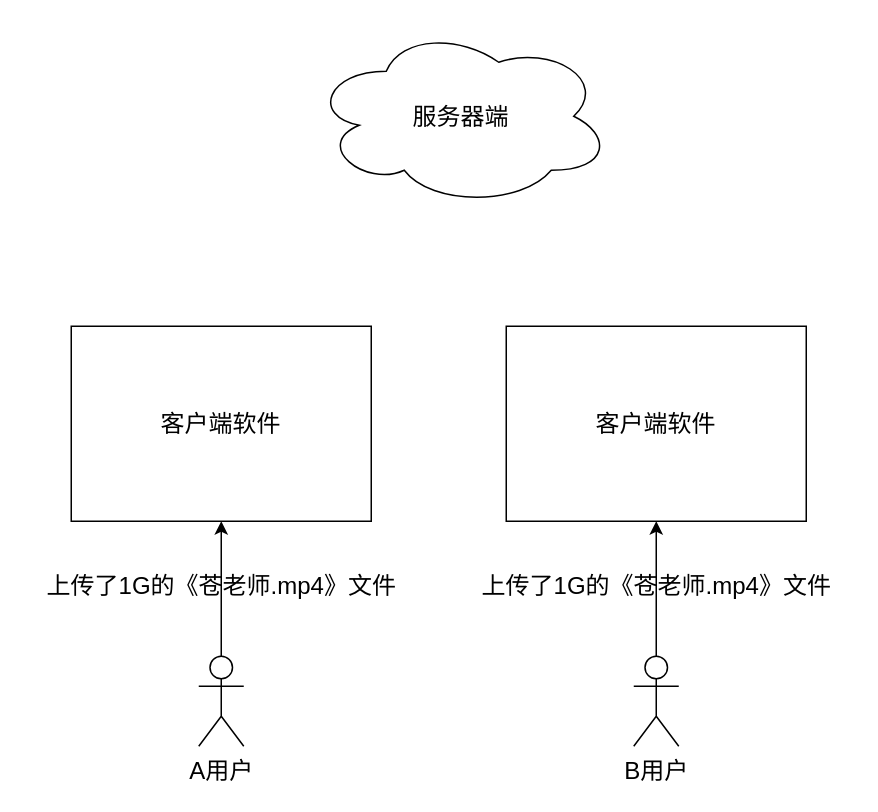
Above: 快速上传文件.drawio in ChengziMao/diagrams (draw.io), before the change. Source tidied: cells renumbered, new cells numbered last; positions are measured from the earlier drawing's top-left corner, leaving out a move shared by most shapes. Both pictures are drawn from the tidied source at 150%, with x=0, y=0 at pixel (26, 26).
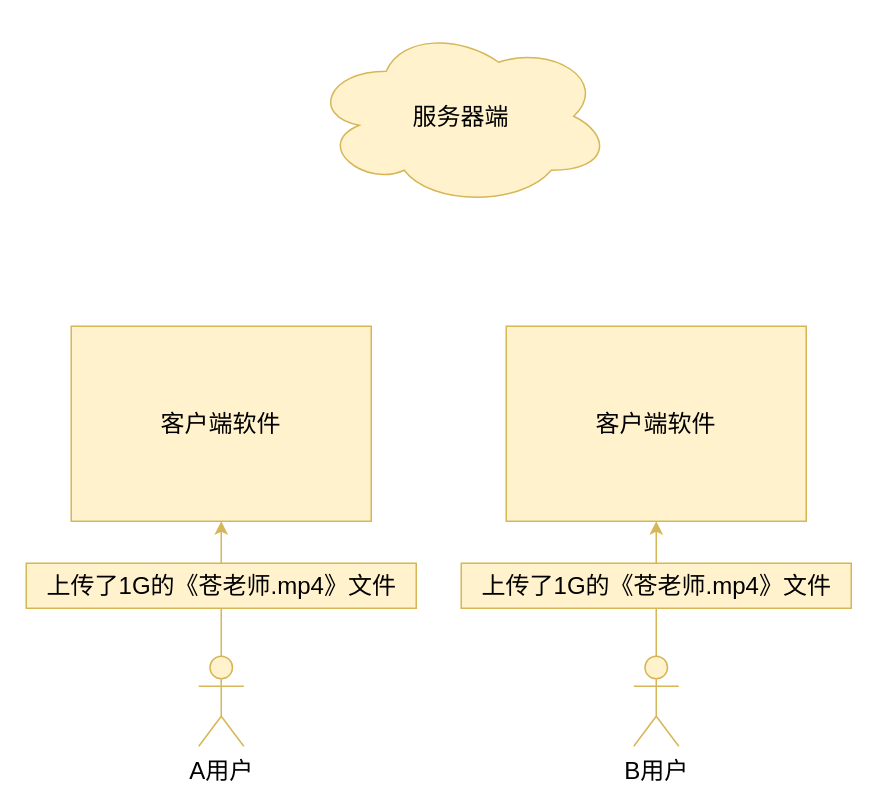
The same diagram, later.

Commit message (it also covers changes not shown here):
更新快速上传文件.drawio

What changed in the source:
```diff
@@
 <mxGraphModel>
   <root>
     <mxCell id="0" />
     <mxCell id="1" parent="0" />
-    <mxCell id="2" value="&lt;font style=&quot;vertical-align: inherit;&quot; class=&quot;notranslate fyzs-translate-target fyzs-translate-target-wrapper&quot;&gt;&lt;font style=&quot;vertical-align: inherit;&quot; class=&quot;notranslate fyzs-translate-target fyzs-translate-target-box&quot;&gt;&lt;font style=&quot;vertical-align: inherit;&quot; title=&quot;f&quot; class=&quot;notranslate fyzs-translate-target fyzs-translate-target-text&quot;&gt;服务器端&lt;/font&gt;&lt;/font&gt;&lt;/font&gt;" style="ellipse;shape=cloud;whiteSpace=wrap;html=1;fontSize=16;" parent="1" vertex="1">
+    <mxCell id="2" value="&lt;font style=&quot;vertical-align: inherit;&quot; class=&quot;notranslate fyzs-translate-target fyzs-translate-target-wrapper&quot;&gt;&lt;font style=&quot;vertical-align: inherit;&quot; class=&quot;notranslate fyzs-translate-target fyzs-translate-target-box&quot;&gt;&lt;font style=&quot;vertical-align: inherit;&quot; title=&quot;f&quot; class=&quot;notranslate fyzs-translate-target fyzs-translate-target-text&quot;&gt;服务器端&lt;/font&gt;&lt;/font&gt;&lt;/font&gt;" style="ellipse;shape=cloud;whiteSpace=wrap;html=1;fontSize=16;fillColor=#fff2cc;strokeColor=#d6b656;" parent="1" vertex="1">
       <mxGeometry x="190" width="200" height="120" as="geometry" />
     </mxCell>
-    <mxCell id="3" value="&lt;font style=&quot;vertical-align: inherit;&quot; class=&quot;notranslate fyzs-translate-target fyzs-translate-target-wrapper&quot;&gt;&lt;font style=&quot;vertical-align: inherit;&quot; class=&quot;notranslate fyzs-translate-target fyzs-translate-target-box&quot;&gt;&lt;font style=&quot;vertical-align: inherit;&quot; title=&quot;k&quot; class=&quot;notranslate fyzs-translate-target fyzs-translate-target-text&quot;&gt;客户端软件&lt;/font&gt;&lt;/font&gt;&lt;/font&gt;" style="rounded=0;whiteSpace=wrap;html=1;fontSize=16;" parent="1" vertex="1">
+    <mxCell id="3" value="&lt;font style=&quot;vertical-align: inherit;&quot; class=&quot;notranslate fyzs-translate-target fyzs-translate-target-wrapper&quot;&gt;&lt;font style=&quot;vertical-align: inherit;&quot; class=&quot;notranslate fyzs-translate-target fyzs-translate-target-box&quot;&gt;&lt;font style=&quot;vertical-align: inherit;&quot; title=&quot;k&quot; class=&quot;notranslate fyzs-translate-target fyzs-translate-target-text&quot;&gt;客户端软件&lt;/font&gt;&lt;/font&gt;&lt;/font&gt;" style="rounded=0;whiteSpace=wrap;html=1;fontSize=16;fillColor=#fff2cc;strokeColor=#d6b656;" parent="1" vertex="1">
       <mxGeometry x="30" y="200" width="200" height="130" as="geometry" />
     </mxCell>
-    <mxCell id="4" style="edgeStyle=orthogonalEdgeStyle;rounded=0;jettySize=auto;html=1;entryX=0.5;entryY=1;entryDx=0;entryDy=0;fontSize=16;" parent="1" edge="1" source="5" target="3">
+    <mxCell id="4" style="edgeStyle=orthogonalEdgeStyle;rounded=0;jettySize=auto;html=1;entryX=0.5;entryY=1;entryDx=0;entryDy=0;fontSize=16;fillColor=#fff2cc;strokeColor=#d6b656;" parent="1" edge="1" source="5" target="3">
       <mxGeometry relative="1" as="geometry" />
     </mxCell>
-    <mxCell id="5" value="&lt;font style=&quot;vertical-align: inherit;&quot; class=&quot;notranslate fyzs-translate-target fyzs-translate-target-wrapper&quot;&gt;&lt;font style=&quot;vertical-align: inherit;&quot; class=&quot;notranslate fyzs-translate-target fyzs-translate-target-box&quot;&gt;&lt;font style=&quot;vertical-align: inherit;&quot; title=&quot;A&quot; class=&quot;notranslate fyzs-translate-target fyzs-translate-target-text&quot;&gt;A用户&lt;/font&gt;&lt;/font&gt;&lt;/font&gt;" style="shape=umlActor;verticalLabelPosition=bottom;verticalAlign=top;html=1;outlineConnect=0;fontSize=16;" parent="1" vertex="1">
+    <mxCell id="5" value="&lt;font style=&quot;vertical-align: inherit;&quot; class=&quot;notranslate fyzs-translate-target fyzs-translate-target-wrapper&quot;&gt;&lt;font style=&quot;vertical-align: inherit;&quot; class=&quot;notranslate fyzs-translate-target fyzs-translate-target-box&quot;&gt;&lt;font style=&quot;vertical-align: inherit;&quot; title=&quot;A&quot; class=&quot;notranslate fyzs-translate-target fyzs-translate-target-text&quot;&gt;A用户&lt;/font&gt;&lt;/font&gt;&lt;/font&gt;" style="shape=umlActor;verticalLabelPosition=bottom;verticalAlign=top;html=1;outlineConnect=0;fontSize=16;fillColor=#fff2cc;strokeColor=#d6b656;" parent="1" vertex="1">
       <mxGeometry x="115" y="420" width="30" height="60" as="geometry" />
     </mxCell>
-    <mxCell id="6" value="&lt;font style=&quot;vertical-align: inherit;&quot; class=&quot;notranslate fyzs-translate-target fyzs-translate-target-wrapper&quot;&gt;&lt;font style=&quot;vertical-align: inherit;&quot; class=&quot;notranslate fyzs-translate-target fyzs-translate-target-box&quot;&gt;&lt;font style=&quot;vertical-align: inherit;&quot; title=&quot;Text&quot; class=&quot;notranslate fyzs-translate-target fyzs-translate-target-text&quot;&gt;上传了1G的《苍老师.mp4》文件&lt;/font&gt;&lt;/font&gt;&lt;/font&gt;" style="text;html=1;align=center;verticalAlign=middle;strokeColor=none;fillColor=none;fontSize=16;" parent="1" vertex="1">
+    <mxCell id="6" value="&lt;font style=&quot;vertical-align: inherit;&quot; class=&quot;notranslate fyzs-translate-target fyzs-translate-target-wrapper&quot;&gt;&lt;font style=&quot;vertical-align: inherit;&quot; class=&quot;notranslate fyzs-translate-target fyzs-translate-target-box&quot;&gt;&lt;font style=&quot;vertical-align: inherit;&quot; title=&quot;Text&quot; class=&quot;notranslate fyzs-translate-target fyzs-translate-target-text&quot;&gt;上传了1G的《苍老师.mp4》文件&lt;/font&gt;&lt;/font&gt;&lt;/font&gt;" style="text;html=1;align=center;verticalAlign=middle;strokeColor=#d6b656;fillColor=#fff2cc;fontSize=16;" parent="1" vertex="1">
       <mxGeometry y="358" width="260" height="30" as="geometry" />
     </mxCell>
-    <mxCell id="7" value="&lt;font style=&quot;vertical-align: inherit;&quot; class=&quot;notranslate fyzs-translate-target fyzs-translate-target-wrapper&quot;&gt;&lt;font style=&quot;vertical-align: inherit;&quot; class=&quot;notranslate fyzs-translate-target fyzs-translate-target-box&quot;&gt;&lt;font style=&quot;vertical-align: inherit;&quot; title=&quot;k&quot; class=&quot;notranslate fyzs-translate-target fyzs-translate-target-text&quot;&gt;客户端软件&lt;/font&gt;&lt;/font&gt;&lt;/font&gt;" style="rounded=0;whiteSpace=wrap;html=1;fontSize=16;" parent="1" vertex="1">
+    <mxCell id="7" value="&lt;font style=&quot;vertical-align: inherit;&quot; class=&quot;notranslate fyzs-translate-target fyzs-translate-target-wrapper&quot;&gt;&lt;font style=&quot;vertical-align: inherit;&quot; class=&quot;notranslate fyzs-translate-target fyzs-translate-target-box&quot;&gt;&lt;font style=&quot;vertical-align: inherit;&quot; title=&quot;k&quot; class=&quot;notranslate fyzs-translate-target fyzs-translate-target-text&quot;&gt;客户端软件&lt;/font&gt;&lt;/font&gt;&lt;/font&gt;" style="rounded=0;whiteSpace=wrap;html=1;fontSize=16;fillColor=#fff2cc;strokeColor=#d6b656;" parent="1" vertex="1">
       <mxGeometry x="320" y="200" width="200" height="130" as="geometry" />
     </mxCell>
-    <mxCell id="8" style="edgeStyle=orthogonalEdgeStyle;rounded=0;jettySize=auto;html=1;entryX=0.5;entryY=1;entryDx=0;entryDy=0;fontSize=16;" parent="1" edge="1" source="9" target="7">
+    <mxCell id="8" style="edgeStyle=orthogonalEdgeStyle;rounded=0;jettySize=auto;html=1;entryX=0.5;entryY=1;entryDx=0;entryDy=0;fontSize=16;fillColor=#fff2cc;strokeColor=#d6b656;" parent="1" edge="1" source="9" target="7">
       <mxGeometry relative="1" as="geometry" />
     </mxCell>
-    <mxCell id="9" value="&lt;font style=&quot;vertical-align: inherit;&quot; class=&quot;notranslate fyzs-translate-target fyzs-translate-target-wrapper&quot;&gt;&lt;font style=&quot;vertical-align: inherit;&quot; class=&quot;notranslate fyzs-translate-target fyzs-translate-target-box&quot;&gt;&lt;font style=&quot;vertical-align: inherit;&quot; title=&quot;A&quot; class=&quot;notranslate fyzs-translate-target fyzs-translate-target-text&quot;&gt;B用户&lt;/font&gt;&lt;/font&gt;&lt;/font&gt;" style="shape=umlActor;verticalLabelPosition=bottom;verticalAlign=top;html=1;outlineConnect=0;fontSize=16;" parent="1" vertex="1">
+    <mxCell id="9" value="&lt;font style=&quot;vertical-align: inherit;&quot; class=&quot;notranslate fyzs-translate-target fyzs-translate-target-wrapper&quot;&gt;&lt;font style=&quot;vertical-align: inherit;&quot; class=&quot;notranslate fyzs-translate-target fyzs-translate-target-box&quot;&gt;&lt;font style=&quot;vertical-align: inherit;&quot; title=&quot;A&quot; class=&quot;notranslate fyzs-translate-target fyzs-translate-target-text&quot;&gt;B用户&lt;/font&gt;&lt;/font&gt;&lt;/font&gt;" style="shape=umlActor;verticalLabelPosition=bottom;verticalAlign=top;html=1;outlineConnect=0;fontSize=16;fillColor=#fff2cc;strokeColor=#d6b656;" parent="1" vertex="1">
       <mxGeometry x="405" y="420" width="30" height="60" as="geometry" />
     </mxCell>
-    <mxCell id="10" value="&lt;font style=&quot;vertical-align: inherit;&quot; class=&quot;notranslate fyzs-translate-target fyzs-translate-target-wrapper&quot;&gt;&lt;font style=&quot;vertical-align: inherit;&quot; class=&quot;notranslate fyzs-translate-target fyzs-translate-target-box&quot;&gt;&lt;font style=&quot;vertical-align: inherit;&quot; title=&quot;Text&quot; class=&quot;notranslate fyzs-translate-target fyzs-translate-target-text&quot;&gt;上传了1G的《苍老师.mp4》文件&lt;/font&gt;&lt;/font&gt;&lt;/font&gt;" style="text;html=1;align=center;verticalAlign=middle;strokeColor=none;fillColor=none;fontSize=16;" parent="1" vertex="1">
+    <mxCell id="10" value="&lt;font style=&quot;vertical-align: inherit;&quot; class=&quot;notranslate fyzs-translate-target fyzs-translate-target-wrapper&quot;&gt;&lt;font style=&quot;vertical-align: inherit;&quot; class=&quot;notranslate fyzs-translate-target fyzs-translate-target-box&quot;&gt;&lt;font style=&quot;vertical-align: inherit;&quot; title=&quot;Text&quot; class=&quot;notranslate fyzs-translate-target fyzs-translate-target-text&quot;&gt;上传了1G的《苍老师.mp4》文件&lt;/font&gt;&lt;/font&gt;&lt;/font&gt;" style="text;html=1;align=center;verticalAlign=middle;strokeColor=#d6b656;fillColor=#fff2cc;fontSize=16;" parent="1" vertex="1">
       <mxGeometry x="290" y="358" width="260" height="30" as="geometry" />
     </mxCell>
   </root>
 </mxGraphModel>
```
